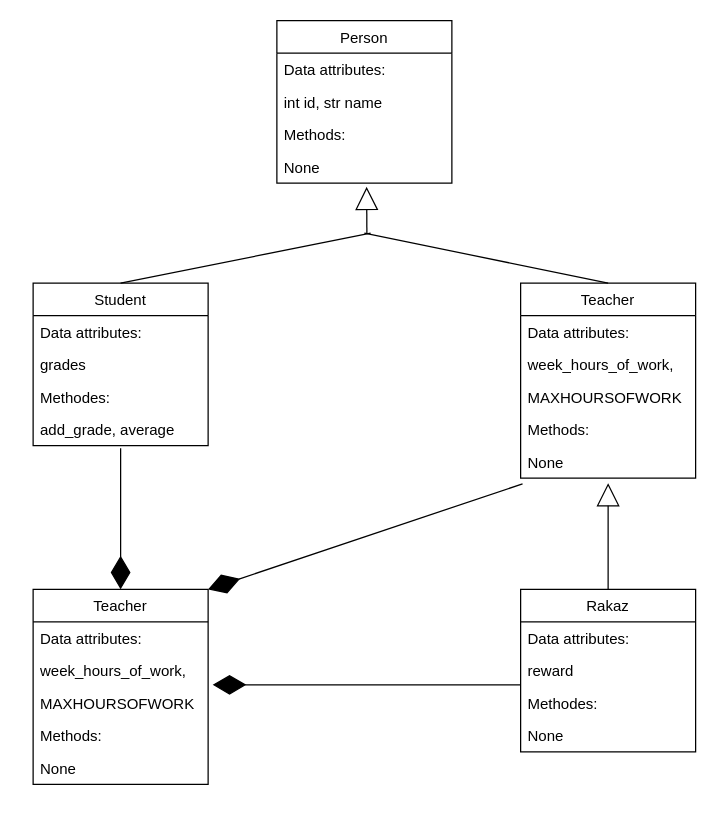
Above: Untitled Diagram.drawio in alon-dev/sus (draw.io), before the change. Source tidied: cells renumbered, new cells numbered last; positions are measured from the earlier drawing's top-left corner, leaving out a move shared by most shapes. Both pictures are drawn from the tidied source at 125%, with x=0, y=0 at pixel (32, 20).
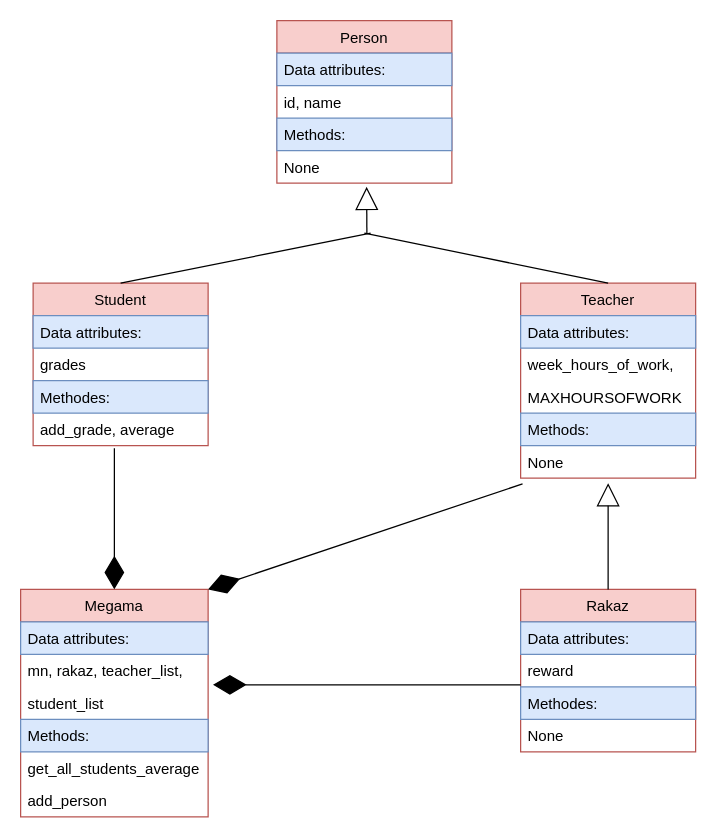
After the change.

The edit, as a diff of the source:
```diff
@@
-    <mxCell id="2" value="Person" style="swimlane;fontStyle=0;horizontal=1;startSize=26;" parent="1" vertex="1">
+    <mxCell id="2" value="Person" style="swimlane;fontStyle=0;horizontal=1;startSize=26;fillColor=#f8cecc;strokeColor=#b85450;" parent="1" vertex="1">
       <mxGeometry x="195" width="140" height="130" as="geometry" />
     </mxCell>
-    <mxCell id="3" value="Data attributes:" style="text;strokeColor=none;fillColor=none;align=left;verticalAlign=top;spacingLeft=4;spacingRight=4;overflow=hidden;" parent="2" vertex="1">
+    <mxCell id="3" value="Data attributes:" style="text;strokeColor=#6c8ebf;fillColor=#dae8fc;align=left;verticalAlign=top;spacingLeft=4;spacingRight=4;overflow=hidden;" parent="2" vertex="1">
       <mxGeometry y="26" width="140" height="26" as="geometry" />
     </mxCell>
-    <mxCell id="4" value="int id, str name" style="text;strokeColor=none;fillColor=none;align=left;verticalAlign=top;spacingLeft=4;spacingRight=4;overflow=hidden;" parent="2" vertex="1">
+    <mxCell id="4" value="id, name" style="text;strokeColor=none;fillColor=none;align=left;verticalAlign=top;spacingLeft=4;spacingRight=4;overflow=hidden;" parent="2" vertex="1">
       <mxGeometry y="52" width="140" height="26" as="geometry" />
     </mxCell>
-    <mxCell id="5" value="Methods:" style="text;strokeColor=none;fillColor=none;align=left;verticalAlign=top;spacingLeft=4;spacingRight=4;overflow=hidden;" parent="2" vertex="1">
+    <mxCell id="5" value="Methods:" style="text;strokeColor=#6c8ebf;fillColor=#dae8fc;align=left;verticalAlign=top;spacingLeft=4;spacingRight=4;overflow=hidden;" parent="2" vertex="1">
       <mxGeometry y="78" width="140" height="26" as="geometry" />
     </mxCell>
@@
-    <mxCell id="7" value="Student" style="swimlane;fontStyle=0;horizontal=1;startSize=26;" parent="1" vertex="1">
+    <mxCell id="7" value="Student" style="swimlane;fontStyle=0;horizontal=1;startSize=26;fillColor=#f8cecc;strokeColor=#b85450;" parent="1" vertex="1">
       <mxGeometry y="210" width="140" height="130" as="geometry" />
     </mxCell>
-    <mxCell id="8" value="Data attributes:" style="text;strokeColor=none;fillColor=none;align=left;verticalAlign=top;spacingLeft=4;spacingRight=4;overflow=hidden;" parent="7" vertex="1">
+    <mxCell id="8" value="Data attributes:" style="text;strokeColor=#6c8ebf;fillColor=#dae8fc;align=left;verticalAlign=top;spacingLeft=4;spacingRight=4;overflow=hidden;" parent="7" vertex="1">
       <mxGeometry y="26" width="140" height="26" as="geometry" />
     </mxCell>
@@
-    <mxCell id="10" value="Methodes:" style="text;strokeColor=none;fillColor=none;align=left;verticalAlign=top;spacingLeft=4;spacingRight=4;overflow=hidden;" parent="7" vertex="1">
+    <mxCell id="10" value="Methodes:" style="text;strokeColor=#6c8ebf;fillColor=#dae8fc;align=left;verticalAlign=top;spacingLeft=4;spacingRight=4;overflow=hidden;" parent="7" vertex="1">
       <mxGeometry y="78" width="140" height="26" as="geometry" />
     </mxCell>
@@
-    <mxCell id="14" value="Teacher" style="swimlane;fontStyle=0;horizontal=1;startSize=26;" parent="1" vertex="1">
+    <mxCell id="14" value="Teacher" style="swimlane;fontStyle=0;horizontal=1;startSize=26;fillColor=#f8cecc;strokeColor=#b85450;" parent="1" vertex="1">
       <mxGeometry x="390" y="210" width="140" height="156" as="geometry" />
     </mxCell>
-    <mxCell id="15" value="Data attributes:" style="text;strokeColor=none;fillColor=none;align=left;verticalAlign=top;spacingLeft=4;spacingRight=4;overflow=hidden;" parent="14" vertex="1">
+    <mxCell id="15" value="Data attributes:" style="text;strokeColor=#6c8ebf;fillColor=#dae8fc;align=left;verticalAlign=top;spacingLeft=4;spacingRight=4;overflow=hidden;" parent="14" vertex="1">
       <mxGeometry y="26" width="140" height="26" as="geometry" />
     </mxCell>
@@
-    <mxCell id="18" value="Methods:" style="text;strokeColor=none;fillColor=none;align=left;verticalAlign=top;spacingLeft=4;spacingRight=4;overflow=hidden;" parent="14" vertex="1">
+    <mxCell id="18" value="Methods:" style="text;strokeColor=#6c8ebf;fillColor=#dae8fc;align=left;verticalAlign=top;spacingLeft=4;spacingRight=4;overflow=hidden;" parent="14" vertex="1">
       <mxGeometry y="104" width="140" height="26" as="geometry" />
     </mxCell>
@@
-    <mxCell id="21" value="Rakaz" style="swimlane;fontStyle=0;horizontal=1;startSize=26;" parent="1" vertex="1">
+    <mxCell id="21" value="Rakaz" style="swimlane;fontStyle=0;horizontal=1;startSize=26;fillColor=#f8cecc;strokeColor=#b85450;" parent="1" vertex="1">
       <mxGeometry x="390" y="455" width="140" height="130" as="geometry" />
     </mxCell>
-    <mxCell id="22" value="Data attributes:" style="text;strokeColor=none;fillColor=none;align=left;verticalAlign=top;spacingLeft=4;spacingRight=4;overflow=hidden;" parent="21" vertex="1">
+    <mxCell id="22" value="Data attributes:" style="text;strokeColor=#6c8ebf;fillColor=#dae8fc;align=left;verticalAlign=top;spacingLeft=4;spacingRight=4;overflow=hidden;" parent="21" vertex="1">
       <mxGeometry y="26" width="140" height="26" as="geometry" />
     </mxCell>
@@
-    <mxCell id="24" value="Methodes:" style="text;strokeColor=none;fillColor=none;align=left;verticalAlign=top;spacingLeft=4;spacingRight=4;overflow=hidden;" parent="21" vertex="1">
+    <mxCell id="24" value="Methodes:" style="text;strokeColor=#6c8ebf;fillColor=#dae8fc;align=left;verticalAlign=top;spacingLeft=4;spacingRight=4;overflow=hidden;" parent="21" vertex="1">
       <mxGeometry y="78" width="140" height="26" as="geometry" />
     </mxCell>
@@
-    <mxCell id="27" value="Teacher" style="swimlane;fontStyle=0;horizontal=1;startSize=26;" parent="1" vertex="1">
-      <mxGeometry y="455" width="140" height="156" as="geometry" />
+    <mxCell id="27" value="Megama" style="swimlane;fontStyle=0;horizontal=1;startSize=26;fillColor=#f8cecc;strokeColor=#b85450;" parent="1" vertex="1">
+      <mxGeometry x="-10" y="455" width="150" height="182" as="geometry" />
     </mxCell>
-    <mxCell id="28" value="Data attributes:" style="text;strokeColor=none;fillColor=none;align=left;verticalAlign=top;spacingLeft=4;spacingRight=4;overflow=hidden;" parent="27" vertex="1">
-      <mxGeometry y="26" width="140" height="26" as="geometry" />
+    <mxCell id="28" value="Data attributes:" style="text;strokeColor=#6c8ebf;fillColor=#dae8fc;align=left;verticalAlign=top;spacingLeft=4;spacingRight=4;overflow=hidden;" parent="27" vertex="1">
+      <mxGeometry y="26" width="150" height="26" as="geometry" />
     </mxCell>
-    <mxCell id="29" value="week_hours_of_work," style="text;strokeColor=none;fillColor=none;align=left;verticalAlign=top;spacingLeft=4;spacingRight=4;overflow=hidden;" parent="27" vertex="1">
-      <mxGeometry y="52" width="140" height="26" as="geometry" />
+    <mxCell id="29" value="mn, rakaz, teacher_list," style="text;strokeColor=none;fillColor=none;align=left;verticalAlign=top;spacingLeft=4;spacingRight=4;overflow=hidden;" parent="27" vertex="1">
+      <mxGeometry y="52" width="150" height="26" as="geometry" />
     </mxCell>
-    <mxCell id="30" value="MAXHOURSOFWORK" style="text;strokeColor=none;fillColor=none;align=left;verticalAlign=top;spacingLeft=4;spacingRight=4;overflow=hidden;points=[[0,0.5],[1,0.5]];portConstraint=eastwest;" parent="27" vertex="1">
-      <mxGeometry y="78" width="140" height="26" as="geometry" />
+    <mxCell id="30" value="student_list" style="text;strokeColor=none;fillColor=none;align=left;verticalAlign=top;spacingLeft=4;spacingRight=4;overflow=hidden;points=[[0,0.5],[1,0.5]];portConstraint=eastwest;" parent="27" vertex="1">
+      <mxGeometry y="78" width="150" height="26" as="geometry" />
     </mxCell>
-    <mxCell id="31" value="Methods:" style="text;strokeColor=none;fillColor=none;align=left;verticalAlign=top;spacingLeft=4;spacingRight=4;overflow=hidden;" parent="27" vertex="1">
-      <mxGeometry y="104" width="140" height="26" as="geometry" />
+    <mxCell id="31" value="Methods:" style="text;strokeColor=#6c8ebf;fillColor=#dae8fc;align=left;verticalAlign=top;spacingLeft=4;spacingRight=4;overflow=hidden;" parent="27" vertex="1">
+      <mxGeometry y="104" width="150" height="26" as="geometry" />
     </mxCell>
-    <mxCell id="32" value="None" style="text;strokeColor=none;fillColor=none;align=left;verticalAlign=top;spacingLeft=4;spacingRight=4;overflow=hidden;" parent="27" vertex="1">
-      <mxGeometry y="130" width="140" height="26" as="geometry" />
+    <mxCell id="32" value="get_all_students_average" style="text;strokeColor=none;fillColor=none;align=left;verticalAlign=top;spacingLeft=4;spacingRight=4;overflow=hidden;" parent="27" vertex="1">
+      <mxGeometry y="130" width="150" height="26" as="geometry" />
     </mxCell>
+    <mxCell id="36" value="add_person" style="text;strokeColor=none;fillColor=none;align=left;verticalAlign=top;spacingLeft=4;spacingRight=4;overflow=hidden;" parent="27" vertex="1">
+      <mxGeometry y="156" width="150" height="26" as="geometry" />
+    </mxCell>
     <mxCell id="33" style="endArrow=diamondThin;endFill=1;endSize=24;html=1;entryX=0.5;entryY=0;entryDx=0;entryDy=0;" parent="1" edge="1" target="27">
       <mxGeometry relative="1" as="geometry">
-        <mxPoint x="70" y="342" as="sourcePoint" />
+        <mxPoint x="65" y="342" as="sourcePoint" />
       </mxGeometry>
     </mxCell>
```
